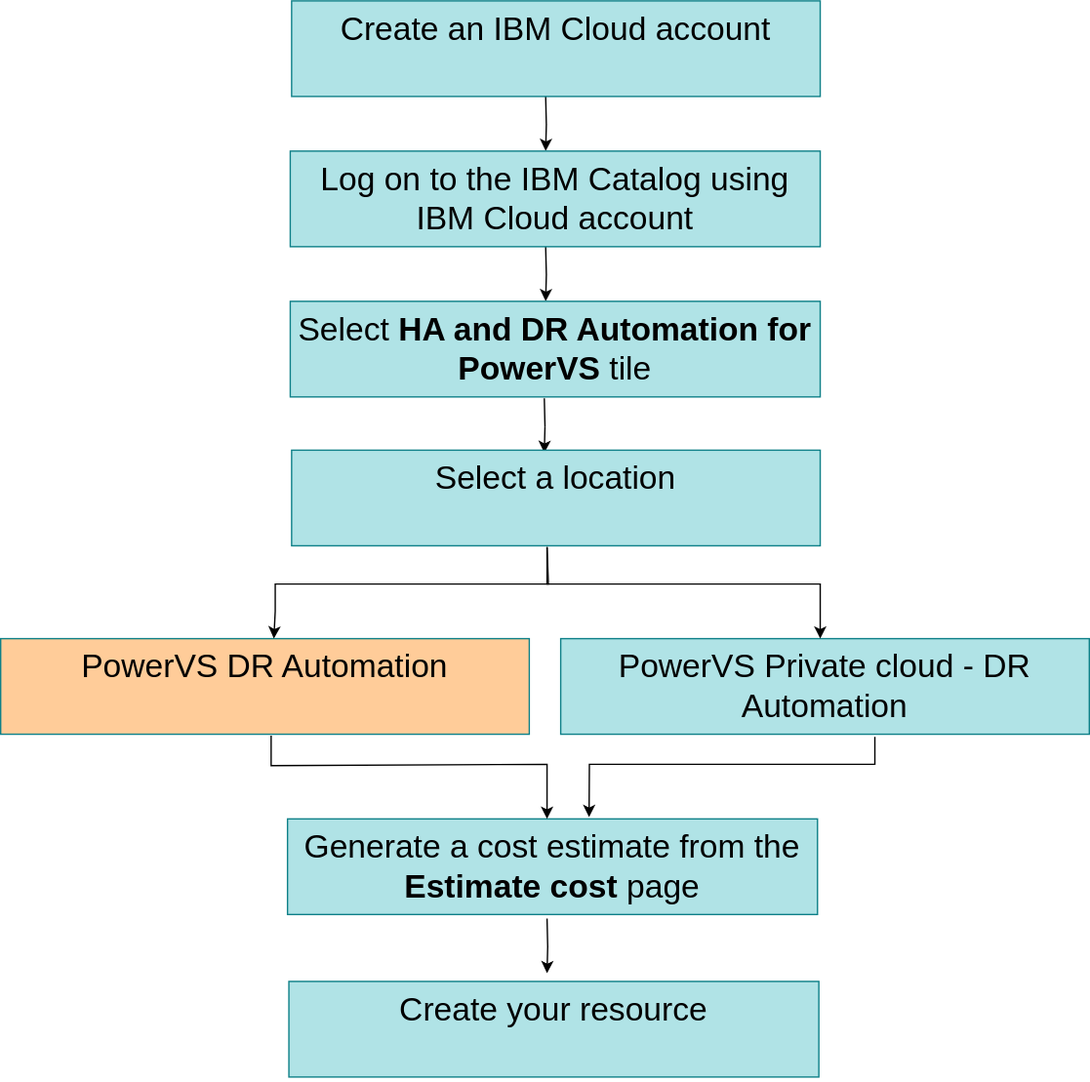
Earlier version of the draw.io export images/life-Cycle-public-private.svg (ibm-cloud-docs/dr-automation-powervs). Source tidied: cells renumbered, new cells last; positions are measured from the earlier drawing's top-left corner, leaving out a move shared by most shapes.
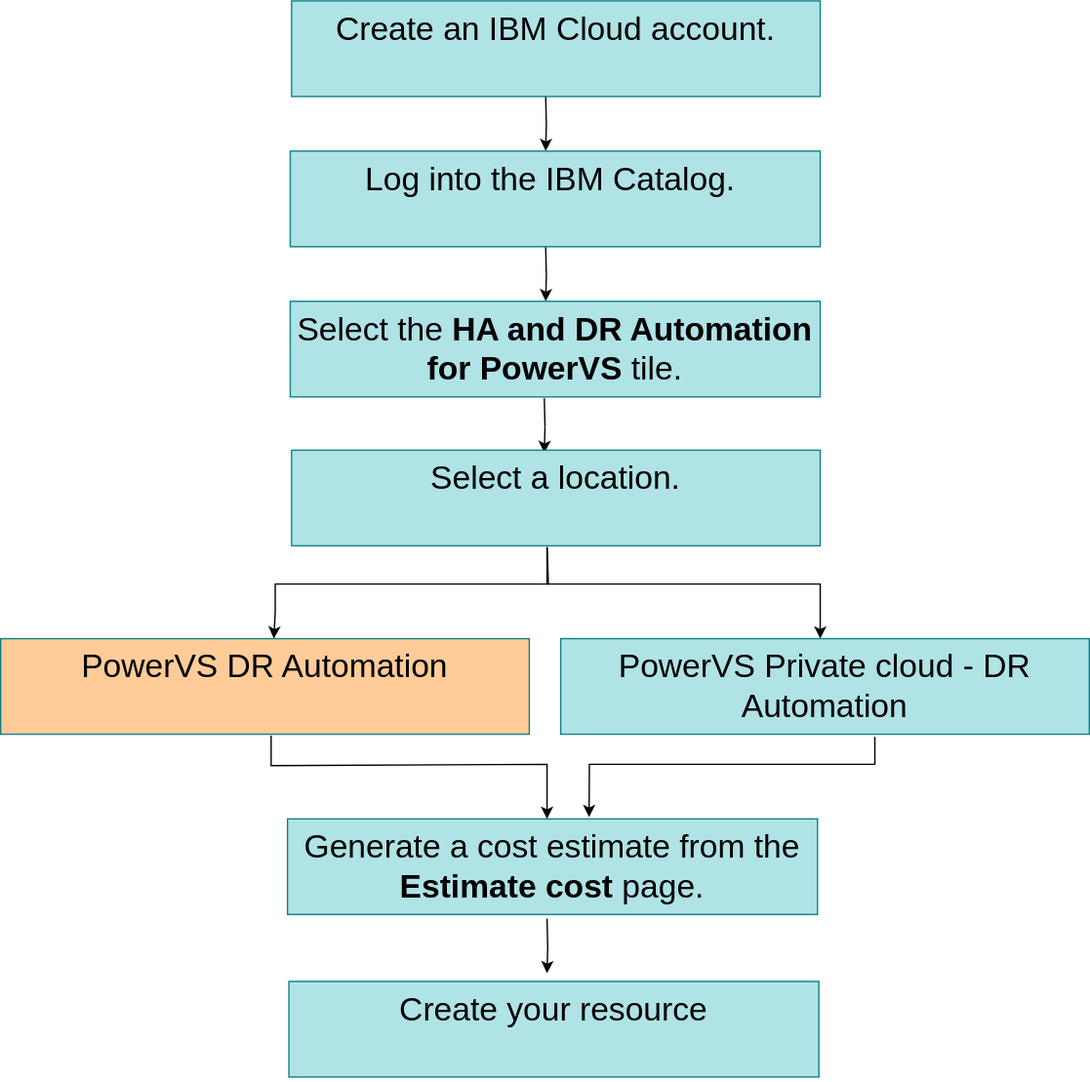
After the commit.

What changed in the source:
```diff
@@ -20,19 +20,19 @@
         <mxPoint x="398" y="331" as="targetPoint" />
       </mxGeometry>
     </mxCell>
-    <mxCell id="5" value="&lt;font style=&quot;font-size: 24px;&quot;&gt;Log on to the IBM Catalog using IBM Cloud account&lt;/font&gt;" style="text;html=1;whiteSpace=wrap;overflow=hidden;rounded=0;fillColor=#b0e3e6;strokeColor=#0e8088;align=center;" parent="1" vertex="1">
+    <mxCell id="5" value="&lt;font style=&quot;font-size: 24px;&quot;&gt;Log into the IBM Catalog.&amp;nbsp;&lt;/font&gt;" style="text;html=1;whiteSpace=wrap;overflow=hidden;rounded=0;fillColor=#b0e3e6;strokeColor=#0e8088;align=center;" parent="1" vertex="1">
       <mxGeometry x="212" y="110" width="388" height="70" as="geometry" />
     </mxCell>
-    <mxCell id="6" value="&lt;font style=&quot;font-size: 24px;&quot;&gt;Select &lt;b&gt;HA and&lt;/b&gt; &lt;b style=&quot;&quot;&gt;DR Automation for PowerVS&amp;nbsp;&lt;/b&gt;tile&lt;/font&gt;" style="text;html=1;whiteSpace=wrap;overflow=hidden;rounded=0;fillColor=#b0e3e6;strokeColor=#0e8088;align=center;" parent="1" vertex="1">
+    <mxCell id="6" value="&lt;font style=&quot;font-size: 24px;&quot;&gt;Select the&amp;nbsp;&lt;b&gt;HA and&lt;/b&gt; &lt;b style=&quot;&quot;&gt;DR Automation for PowerVS&amp;nbsp;&lt;/b&gt;tile.&lt;/font&gt;" style="text;html=1;whiteSpace=wrap;overflow=hidden;rounded=0;fillColor=#b0e3e6;strokeColor=#0e8088;align=center;" parent="1" vertex="1">
       <mxGeometry x="212" y="220" width="388" height="70" as="geometry" />
     </mxCell>
-    <mxCell id="7" value="&lt;font style=&quot;font-size: 24px;&quot;&gt;Select a location&lt;/font&gt;" style="text;html=1;whiteSpace=wrap;overflow=hidden;rounded=0;fillColor=#b0e3e6;strokeColor=#0e8088;align=center;" parent="1" vertex="1">
+    <mxCell id="7" value="&lt;font style=&quot;font-size: 24px;&quot;&gt;Select a location.&lt;/font&gt;" style="text;html=1;whiteSpace=wrap;overflow=hidden;rounded=0;fillColor=#b0e3e6;strokeColor=#0e8088;align=center;" parent="1" vertex="1">
       <mxGeometry x="213" y="329" width="387" height="70" as="geometry" />
     </mxCell>
-    <mxCell id="8" value="&lt;font style=&quot;font-size: 24px;&quot;&gt;Create an IBM Cloud account&lt;/font&gt;" style="text;html=1;whiteSpace=wrap;overflow=hidden;rounded=0;fillColor=#b0e3e6;strokeColor=#0e8088;align=center;" parent="1" vertex="1">
+    <mxCell id="8" value="&lt;font style=&quot;font-size: 24px;&quot;&gt;Create an IBM Cloud account.&lt;/font&gt;" style="text;html=1;whiteSpace=wrap;overflow=hidden;rounded=0;fillColor=#b0e3e6;strokeColor=#0e8088;align=center;" parent="1" vertex="1">
       <mxGeometry x="213" width="387" height="70" as="geometry" />
     </mxCell>
-    <mxCell id="9" value="&lt;font style=&quot;font-size: 24px;&quot;&gt;Generate a cost estimate from the &lt;b style=&quot;&quot;&gt;Estimate cost&lt;/b&gt; page&lt;/font&gt;" style="text;html=1;whiteSpace=wrap;overflow=hidden;rounded=0;fillColor=#b0e3e6;strokeColor=#0e8088;align=center;" parent="1" vertex="1">
+    <mxCell id="9" value="&lt;font style=&quot;font-size: 24px;&quot;&gt;Generate a cost estimate from the &lt;b style=&quot;&quot;&gt;Estimate cost&lt;/b&gt; page.&lt;/font&gt;" style="text;html=1;whiteSpace=wrap;overflow=hidden;rounded=0;fillColor=#b0e3e6;strokeColor=#0e8088;align=center;" parent="1" vertex="1">
       <mxGeometry x="210" y="599" width="388" height="70" as="geometry" />
     </mxCell>
     <mxCell id="10" value="&lt;span style=&quot;font-size: 24px;&quot;&gt;PowerVS Private cloud - DR Automation&lt;/span&gt;" style="text;html=1;whiteSpace=wrap;overflow=hidden;rounded=0;fillColor=#b0e3e6;strokeColor=#0e8088;align=center;" parent="1" vertex="1">
```
